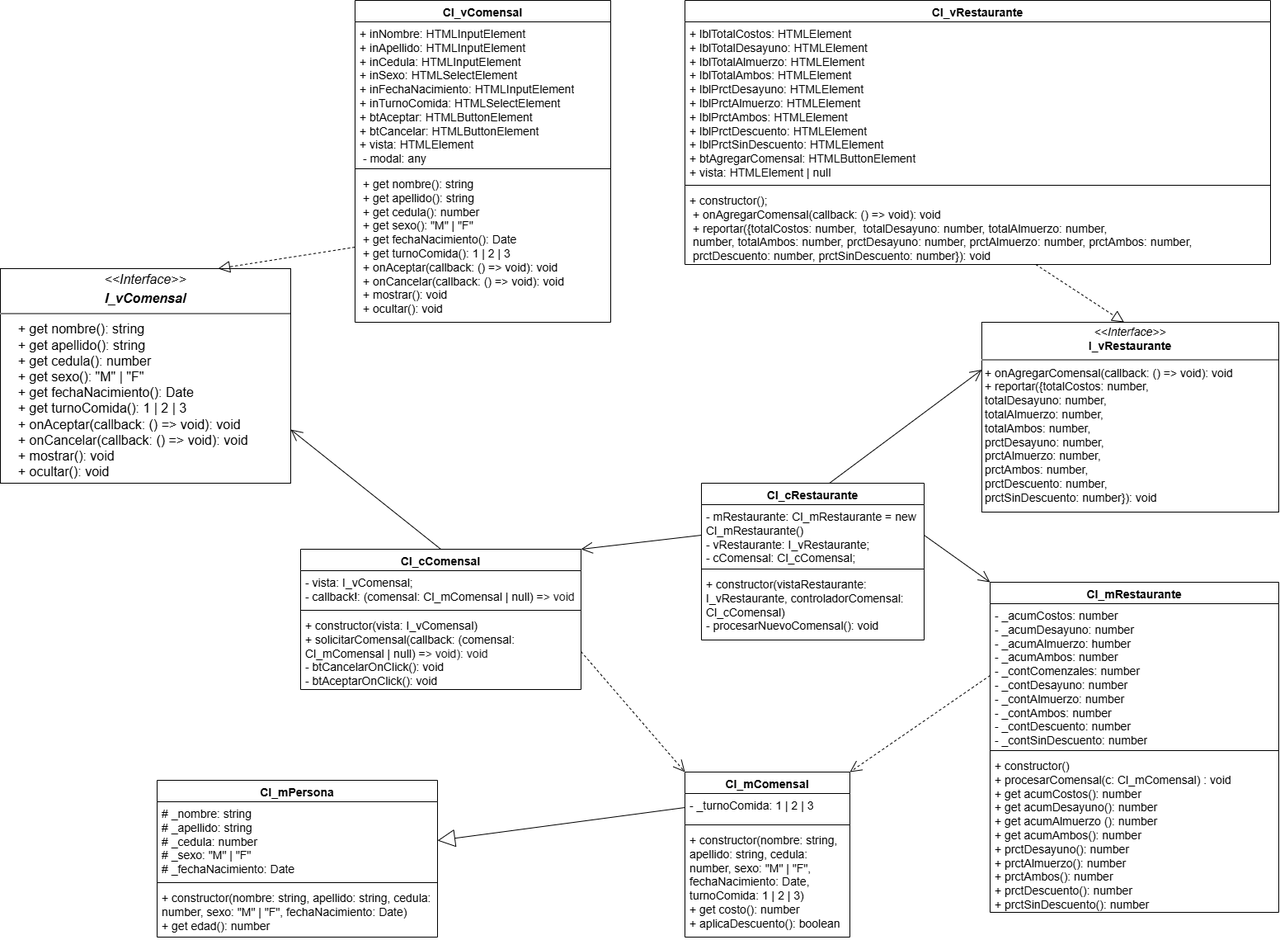
The draw.io diagram resources/UML.png in ElGol17/L26.2.p.c2.18.comensales, before a commit. Source tidied: cells renumbered, new cells last; positions are measured from the earlier drawing's top-left corner, leaving out a move shared by most shapes.
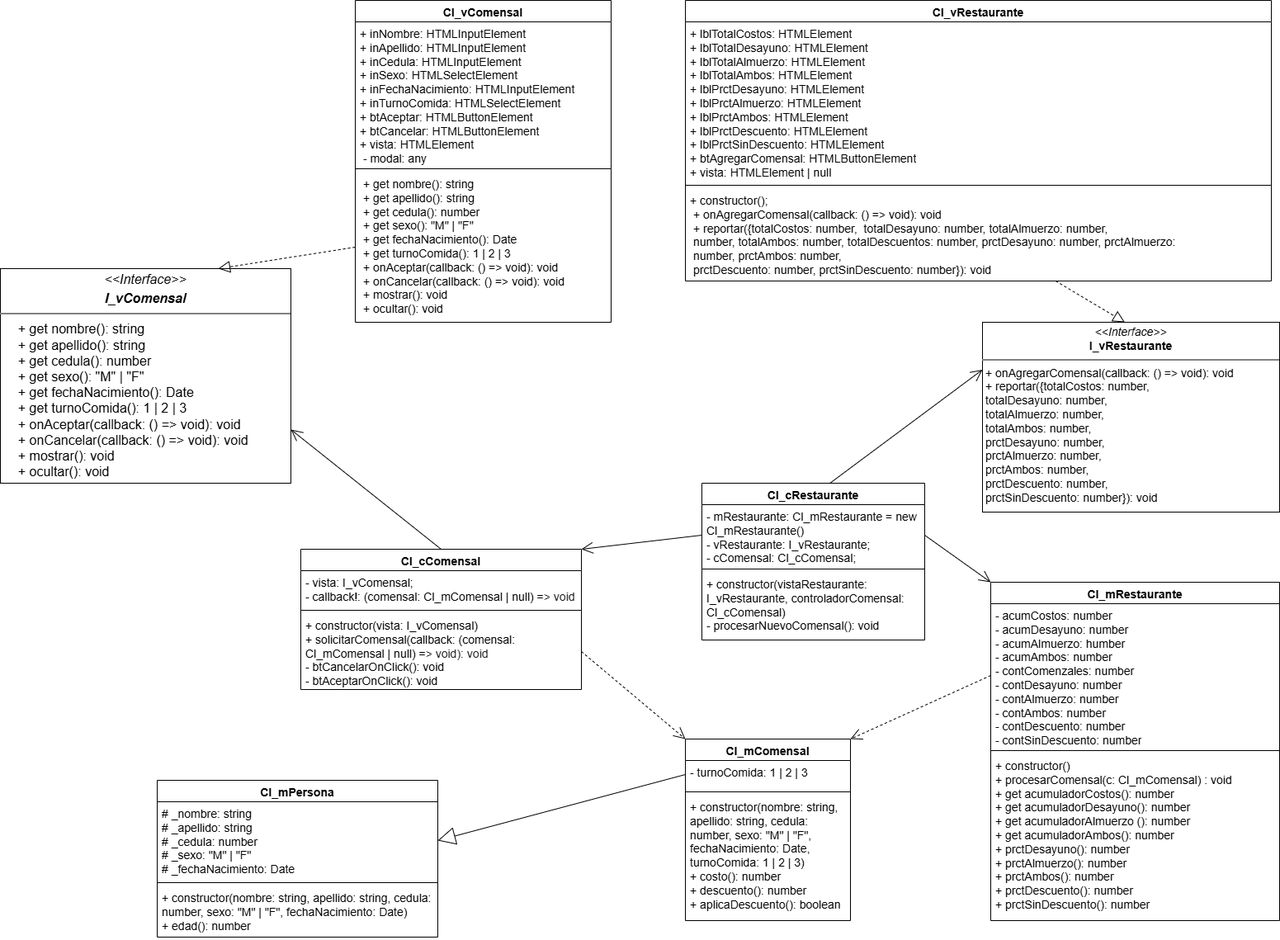
Later version of the same file.

The edit, as a diff of the source:
```diff
@@ -11,32 +11,32 @@
     <mxCell id="4" style="line;strokeWidth=1;fillColor=none;align=left;verticalAlign=middle;spacingTop=-1;spacingLeft=3;spacingRight=3;labelPosition=right;strokeColor=inherit;fontSize=14;" parent="2" vertex="1">
       <mxGeometry y="120" width="340" height="8" as="geometry" />
     </mxCell>
-    <mxCell id="5" value="+ constructor(nombre: string, apellido: string, cedula: number, sexo: &quot;M&quot; | &quot;F&quot;, fechaNacimiento: Date)&lt;div&gt;&lt;div&gt;+ get edad(): number&lt;/div&gt;&lt;div&gt;&lt;br&gt;&lt;/div&gt;&lt;/div&gt;" style="text;strokeColor=none;fillColor=none;align=left;verticalAlign=top;spacingLeft=4;spacingRight=4;overflow=hidden;whiteSpace=wrap;html=1;fontSize=14;" parent="2" vertex="1">
+    <mxCell id="5" value="+ constructor(nombre: string, apellido: string, cedula: number, sexo: &quot;M&quot; | &quot;F&quot;, fechaNacimiento: Date)&lt;div&gt;&lt;div&gt;+ edad(): number&lt;/div&gt;&lt;div&gt;&lt;br&gt;&lt;/div&gt;&lt;/div&gt;" style="text;strokeColor=none;fillColor=none;align=left;verticalAlign=top;spacingLeft=4;spacingRight=4;overflow=hidden;whiteSpace=wrap;html=1;fontSize=14;" parent="2" vertex="1">
       <mxGeometry y="128" width="340" height="62" as="geometry" />
     </mxCell>
     <mxCell id="6" value="Cl_mComensal" style="swimlane;fontStyle=1;align=center;verticalAlign=top;horizontal=1;startSize=26;whiteSpace=wrap;html=1;fontSize=14;" parent="1" vertex="1">
-      <mxGeometry x="830" y="935" width="200" height="200" as="geometry" />
+      <mxGeometry x="830" y="895" width="200" height="220" as="geometry" />
     </mxCell>
-    <mxCell id="7" value="- _turnoComida: 1 | 2 | 3" style="text;strokeColor=none;fillColor=none;align=left;verticalAlign=top;spacingLeft=4;spacingRight=4;overflow=hidden;points=[[0,0.5],[1,0.5]];portConstraint=eastwest;whiteSpace=wrap;html=1;fontSize=14;" parent="6" vertex="1">
+    <mxCell id="7" value="- turnoComida: 1 | 2 | 3" style="text;strokeColor=none;fillColor=none;align=left;verticalAlign=top;spacingLeft=4;spacingRight=4;overflow=hidden;points=[[0,0.5],[1,0.5]];portConstraint=eastwest;whiteSpace=wrap;html=1;fontSize=14;" parent="6" vertex="1">
       <mxGeometry y="26" width="200" height="34" as="geometry" />
     </mxCell>
     <mxCell id="8" style="line;strokeWidth=1;fillColor=none;align=left;verticalAlign=middle;spacingTop=-1;spacingLeft=3;spacingRight=3;labelPosition=right;strokeColor=inherit;fontSize=14;" parent="6" vertex="1">
       <mxGeometry y="60" width="200" height="8" as="geometry" />
     </mxCell>
-    <mxCell id="9" value="&lt;div&gt;&lt;span style=&quot;background-color: transparent; color: light-dark(rgb(0, 0, 0), rgb(255, 255, 255));&quot;&gt;+ constructor(nombre: string, apellido: string, cedula: number, sexo: &quot;M&quot; | &quot;F&quot;, fechaNacimiento: Date, turnoComida: 1 | 2 | 3)&lt;/span&gt;&lt;/div&gt;&lt;div&gt;+ get costo(): number&lt;/div&gt;&lt;div&gt;+ aplicaDescuento(): boolean&lt;br&gt;&lt;div&gt;&lt;br&gt;&lt;div&gt;&lt;br&gt;&lt;/div&gt;&lt;/div&gt;&lt;/div&gt;" style="text;strokeColor=none;fillColor=none;align=left;verticalAlign=top;spacingLeft=4;spacingRight=4;overflow=hidden;whiteSpace=wrap;html=1;fontSize=14;" parent="6" vertex="1">
-      <mxGeometry y="68" width="200" height="132" as="geometry" />
+    <mxCell id="9" value="&lt;div&gt;&lt;span style=&quot;background-color: transparent; color: light-dark(rgb(0, 0, 0), rgb(255, 255, 255));&quot;&gt;+ constructor(nombre: string, apellido: string, cedula: number, sexo: &quot;M&quot; | &quot;F&quot;, fechaNacimiento: Date, turnoComida: 1 | 2 | 3)&lt;/span&gt;&lt;/div&gt;&lt;div&gt;+ costo(): number&lt;/div&gt;&lt;div&gt;+ descuento(): number&lt;/div&gt;&lt;div&gt;+ aplicaDescuento(): boolean&lt;br&gt;&lt;div&gt;&lt;br&gt;&lt;div&gt;&lt;br&gt;&lt;/div&gt;&lt;/div&gt;&lt;/div&gt;" style="text;strokeColor=none;fillColor=none;align=left;verticalAlign=top;spacingLeft=4;spacingRight=4;overflow=hidden;whiteSpace=wrap;html=1;fontSize=14;" parent="6" vertex="1">
+      <mxGeometry y="68" width="200" height="152" as="geometry" />
     </mxCell>
     <mxCell id="10" value="Cl_mRestaurante" style="swimlane;fontStyle=1;align=center;verticalAlign=top;horizontal=1;startSize=26;whiteSpace=wrap;html=1;fontSize=14;" parent="1" vertex="1">
-      <mxGeometry x="1200" y="705" width="350" height="400" as="geometry" />
+      <mxGeometry x="1200" y="705" width="350" height="410" as="geometry" />
     </mxCell>
-    <mxCell id="11" value="- _acumCostos: number&lt;div&gt;- _acumDesayuno: number&lt;/div&gt;&lt;div&gt;- _acumAlmuerzo: humber&lt;/div&gt;&lt;div&gt;- _acumAmbos: number&lt;/div&gt;&lt;div&gt;- _contComenzales: number&lt;/div&gt;&lt;div&gt;- _contDesayuno: number&lt;/div&gt;&lt;div&gt;- _contAlmuerzo: number&lt;/div&gt;&lt;div&gt;- _contAmbos: number&lt;/div&gt;&lt;div&gt;- _contDescuento: number&lt;/div&gt;&lt;div&gt;- _contSinDescuento: number&lt;/div&gt;" style="text;strokeColor=none;fillColor=none;align=left;verticalAlign=top;spacingLeft=4;spacingRight=4;overflow=hidden;points=[[0,0.5],[1,0.5]];portConstraint=eastwest;whiteSpace=wrap;html=1;fontSize=14;" parent="10" vertex="1">
+    <mxCell id="11" value="- acumCostos: number&lt;div&gt;- acumDesayuno: number&lt;/div&gt;&lt;div&gt;- acumAlmuerzo: humber&lt;/div&gt;&lt;div&gt;- acumAmbos: number&lt;/div&gt;&lt;div&gt;- contComenzales: number&lt;/div&gt;&lt;div&gt;- contDesayuno: number&lt;/div&gt;&lt;div&gt;- contAlmuerzo: number&lt;/div&gt;&lt;div&gt;- contAmbos: number&lt;/div&gt;&lt;div&gt;- contDescuento: number&lt;/div&gt;&lt;div&gt;- contSinDescuento: number&lt;/div&gt;" style="text;strokeColor=none;fillColor=none;align=left;verticalAlign=top;spacingLeft=4;spacingRight=4;overflow=hidden;points=[[0,0.5],[1,0.5]];portConstraint=eastwest;whiteSpace=wrap;html=1;fontSize=14;" parent="10" vertex="1">
       <mxGeometry y="26" width="350" height="174" as="geometry" />
     </mxCell>
     <mxCell id="12" style="line;strokeWidth=1;fillColor=none;align=left;verticalAlign=middle;spacingTop=-1;spacingLeft=3;spacingRight=3;labelPosition=right;strokeColor=inherit;fontSize=14;" parent="10" vertex="1">
       <mxGeometry y="200" width="350" height="8" as="geometry" />
     </mxCell>
-    <mxCell id="13" value="+ constructor()&lt;div&gt;+ procesarComensal(c: Cl_mComensal) : void&lt;/div&gt;&lt;div&gt;+ get acumCostos(): number&lt;/div&gt;&lt;div&gt;+ get acumDesayuno(): number&lt;/div&gt;&lt;div&gt;+ get acumAlmuerzo (): number&lt;/div&gt;&lt;div&gt;+ get acumAmbos(): number&lt;/div&gt;&lt;div&gt;&lt;span style=&quot;background-color: transparent; color: light-dark(rgb(0, 0, 0), rgb(255, 255, 255));&quot;&gt;+ prctDesayuno(): number&lt;/span&gt;&lt;/div&gt;&lt;div&gt;+ prctAlmuerzo(): number&lt;/div&gt;&lt;div&gt;+ prctAmbos(): number&lt;/div&gt;&lt;div&gt;+ prctDescuento(): number&lt;/div&gt;&lt;div&gt;+ prctSinDescuento(): number&lt;/div&gt;" style="text;strokeColor=none;fillColor=none;align=left;verticalAlign=top;spacingLeft=4;spacingRight=4;overflow=hidden;whiteSpace=wrap;html=1;fontSize=14;" parent="10" vertex="1">
-      <mxGeometry y="208" width="350" height="192" as="geometry" />
+    <mxCell id="13" value="+ constructor()&lt;div&gt;+ procesarComensal(c: Cl_mComensal) : void&lt;/div&gt;&lt;div&gt;+ get acumuladorCostos(): number&lt;/div&gt;&lt;div&gt;+ get acumuladorDesayuno(): number&lt;/div&gt;&lt;div&gt;+ get acumuladorAlmuerzo (): number&lt;/div&gt;&lt;div&gt;+ get acumuladorAmbos(): number&lt;/div&gt;&lt;div&gt;&lt;span style=&quot;background-color: transparent; color: light-dark(rgb(0, 0, 0), rgb(255, 255, 255));&quot;&gt;+ prctDesayuno(): number&lt;/span&gt;&lt;/div&gt;&lt;div&gt;+ prctAlmuerzo(): number&lt;/div&gt;&lt;div&gt;+ prctAmbos(): number&lt;/div&gt;&lt;div&gt;+ prctDescuento(): number&lt;/div&gt;&lt;div&gt;+ prctSinDescuento(): number&lt;/div&gt;" style="text;strokeColor=none;fillColor=none;align=left;verticalAlign=top;spacingLeft=4;spacingRight=4;overflow=hidden;whiteSpace=wrap;html=1;fontSize=14;" parent="10" vertex="1">
+      <mxGeometry y="208" width="350" height="202" as="geometry" />
     </mxCell>
     <mxCell id="14" value="Cl_cComensal" style="swimlane;fontStyle=1;align=center;verticalAlign=top;horizontal=1;startSize=26;whiteSpace=wrap;html=1;fontSize=14;" parent="1" vertex="1">
       <mxGeometry x="364" y="665" width="340" height="170" as="geometry" />
@@ -87,7 +87,7 @@
       <mxGeometry y="208" width="310" height="182" as="geometry" />
     </mxCell>
     <mxCell id="30" value="Cl_vRestaurante" style="swimlane;fontStyle=1;align=center;verticalAlign=top;horizontal=1;startSize=26;whiteSpace=wrap;html=1;fontSize=14;" parent="1" vertex="1">
-      <mxGeometry x="830" width="710" height="320" as="geometry" />
+      <mxGeometry x="830" width="710" height="340" as="geometry" />
     </mxCell>
     <mxCell id="31" value="+ lblTotalCostos: HTMLElement&lt;br&gt;+ lblTotalDesayuno: HTMLElement&lt;br&gt;+ lblTotalAlmuerzo: HTMLElement&lt;br&gt;+ lblTotalAmbos: HTMLElement&lt;br&gt;+ lblPrctDesayuno: HTMLElement&lt;br&gt;+ lblPrctAlmuerzo: HTMLElement&lt;br&gt;+ lblPrctAmbos: HTMLElement&lt;br&gt;+ lblPrctDescuento: HTMLElement&lt;br&gt;+ lblPrctSinDescuento: HTMLElement&lt;br&gt;+ btAgregarComensal: HTMLButtonElement&lt;br&gt;+ vista: HTMLElement | null" style="text;strokeColor=none;fillColor=none;align=left;verticalAlign=top;spacingLeft=4;spacingRight=4;overflow=hidden;whiteSpace=wrap;html=1;fontSize=14;" parent="30" vertex="1">
       <mxGeometry y="26" width="710" height="194" as="geometry" />
@@ -95,8 +95,8 @@
     <mxCell id="32" style="line;strokeWidth=1;fillColor=none;align=left;verticalAlign=middle;spacingTop=-1;spacingLeft=3;spacingRight=3;labelPosition=right;strokeColor=inherit;fontSize=14;" parent="30" vertex="1">
       <mxGeometry y="220" width="710" height="8" as="geometry" />
     </mxCell>
-    <mxCell id="33" value="&lt;div&gt;&lt;span style=&quot;background-color: transparent; color: light-dark(rgb(0, 0, 0), rgb(255, 255, 255));&quot;&gt;+ constructor();&lt;/span&gt;&lt;/div&gt;&lt;div&gt;&lt;p style=&quot;margin: 0px 0px 0px 4px;&quot;&gt;+ onAgregarComensal(callback: () =&amp;gt; void): void&lt;/p&gt;&lt;p style=&quot;margin: 0px 0px 0px 4px;&quot;&gt;+ reportar({totalCostos: number,&amp;nbsp;&amp;nbsp;&lt;span style=&quot;background-color: transparent; color: light-dark(rgb(0, 0, 0), rgb(255, 255, 255));&quot;&gt;totalDesayuno: number,&amp;nbsp;&lt;/span&gt;&lt;span style=&quot;background-color: transparent; color: light-dark(rgb(0, 0, 0), rgb(255, 255, 255));&quot;&gt;totalAlmuerzo: number,&amp;nbsp;&lt;/span&gt;&lt;/p&gt;&lt;p style=&quot;margin: 0px 0px 0px 4px;&quot;&gt;&lt;span style=&quot;background-color: transparent; color: light-dark(rgb(0, 0, 0), rgb(255, 255, 255));&quot;&gt;number,&amp;nbsp;&lt;/span&gt;&lt;span style=&quot;background-color: transparent; color: light-dark(rgb(0, 0, 0), rgb(255, 255, 255));&quot;&gt;totalAmbos: number,&amp;nbsp;&lt;/span&gt;&lt;span style=&quot;background-color: transparent; color: light-dark(rgb(0, 0, 0), rgb(255, 255, 255));&quot;&gt;prctDesayuno: number,&amp;nbsp;&lt;/span&gt;&lt;span style=&quot;background-color: transparent; color: light-dark(rgb(0, 0, 0), rgb(255, 255, 255));&quot;&gt;prctAlmuerzo: number,&amp;nbsp;&lt;/span&gt;&lt;span style=&quot;background-color: transparent; color: light-dark(rgb(0, 0, 0), rgb(255, 255, 255));&quot;&gt;prctAmbos: number,&amp;nbsp;&lt;/span&gt;&lt;/p&gt;&lt;p style=&quot;margin: 0px 0px 0px 4px;&quot;&gt;prctDescuento: number,&amp;nbsp;&lt;span style=&quot;background-color: transparent; color: light-dark(rgb(0, 0, 0), rgb(255, 255, 255));&quot;&gt;prctSinDescuento: number}): void&lt;/span&gt;&lt;/p&gt;&lt;/div&gt;" style="text;strokeColor=none;fillColor=none;align=left;verticalAlign=top;spacingLeft=4;spacingRight=4;overflow=hidden;points=[[0,0.5],[1,0.5]];portConstraint=eastwest;whiteSpace=wrap;html=1;fontSize=14;" parent="30" vertex="1">
-      <mxGeometry y="228" width="710" height="92" as="geometry" />
+    <mxCell id="33" value="&lt;div&gt;&lt;span style=&quot;background-color: transparent; color: light-dark(rgb(0, 0, 0), rgb(255, 255, 255));&quot;&gt;+ constructor();&lt;/span&gt;&lt;/div&gt;&lt;div&gt;&lt;p style=&quot;margin: 0px 0px 0px 4px;&quot;&gt;+ onAgregarComensal(callback: () =&amp;gt; void): void&lt;/p&gt;&lt;p style=&quot;margin: 0px 0px 0px 4px;&quot;&gt;+ reportar({totalCostos: number,&amp;nbsp;&amp;nbsp;&lt;span style=&quot;background-color: transparent; color: light-dark(rgb(0, 0, 0), rgb(255, 255, 255));&quot;&gt;totalDesayuno: number,&amp;nbsp;&lt;/span&gt;&lt;span style=&quot;background-color: transparent; color: light-dark(rgb(0, 0, 0), rgb(255, 255, 255));&quot;&gt;totalAlmuerzo: number,&amp;nbsp;&lt;/span&gt;&lt;/p&gt;&lt;p style=&quot;margin: 0px 0px 0px 4px;&quot;&gt;&lt;span style=&quot;background-color: transparent; color: light-dark(rgb(0, 0, 0), rgb(255, 255, 255));&quot;&gt;number,&amp;nbsp;&lt;/span&gt;&lt;span style=&quot;background-color: transparent; color: light-dark(rgb(0, 0, 0), rgb(255, 255, 255));&quot;&gt;totalAmbos: number, totalDescuentos: number,&amp;nbsp;&lt;/span&gt;&lt;span style=&quot;background-color: transparent; color: light-dark(rgb(0, 0, 0), rgb(255, 255, 255));&quot;&gt;prctDesayuno: number,&amp;nbsp;&lt;/span&gt;&lt;span style=&quot;background-color: transparent; color: light-dark(rgb(0, 0, 0), rgb(255, 255, 255));&quot;&gt;prctAlmuerzo: number,&amp;nbsp;&lt;/span&gt;&lt;span style=&quot;background-color: transparent; color: light-dark(rgb(0, 0, 0), rgb(255, 255, 255));&quot;&gt;prctAmbos: number,&amp;nbsp;&lt;/span&gt;&lt;/p&gt;&lt;p style=&quot;margin: 0px 0px 0px 4px;&quot;&gt;prctDescuento: number,&amp;nbsp;&lt;span style=&quot;background-color: transparent; color: light-dark(rgb(0, 0, 0), rgb(255, 255, 255));&quot;&gt;prctSinDescuento: number}): void&lt;/span&gt;&lt;/p&gt;&lt;/div&gt;" style="text;strokeColor=none;fillColor=none;align=left;verticalAlign=top;spacingLeft=4;spacingRight=4;overflow=hidden;points=[[0,0.5],[1,0.5]];portConstraint=eastwest;whiteSpace=wrap;html=1;fontSize=14;" parent="30" vertex="1">
+      <mxGeometry y="228" width="710" height="112" as="geometry" />
     </mxCell>
     <mxCell id="34" style="endArrow=block;dashed=1;endFill=0;endSize=12;html=1;rounded=0;entryX=0.75;entryY=0;entryDx=0;entryDy=0;fontSize=14;exitX=0;exitY=0.5;exitDx=0;exitDy=0;" parent="1" edge="1" source="29" target="19">
       <mxGeometry relative="1" as="geometry" />
```
